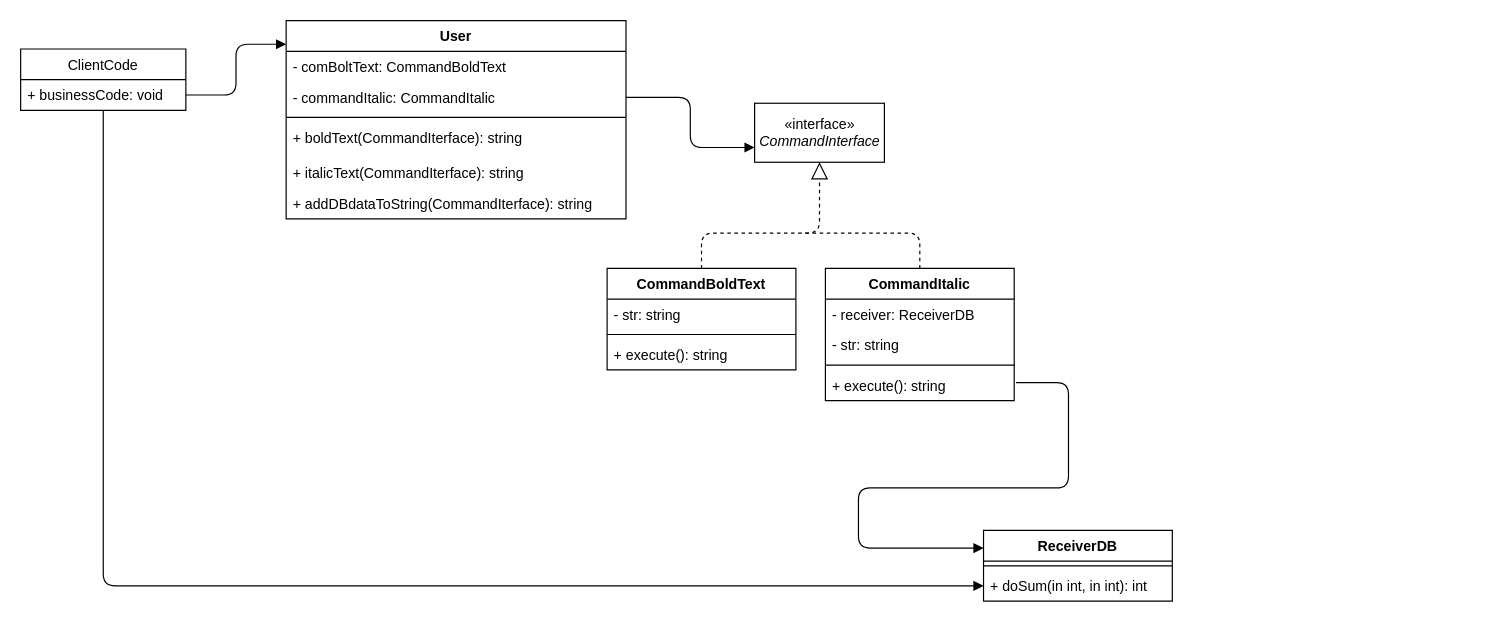
This is Behavior/Command/UML Command.drawio from devlubinets/todo, a draw.io file, before an edit. Source tidied: cells renumbered, new cells numbered last; positions are measured from the earlier drawing's top-left corner, leaving out a move shared by most shapes. Both pictures are drawn from the tidied source at 118%, with x=0, y=0 at pixel (20, 20).
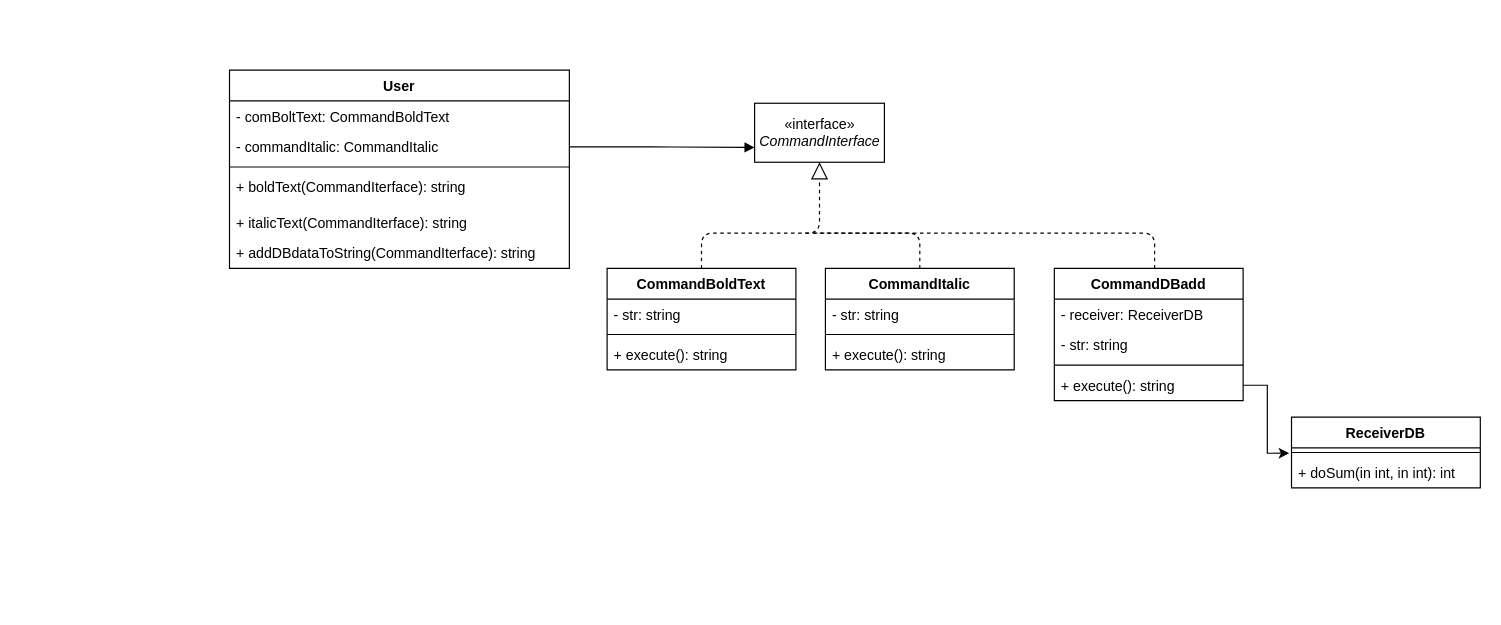
Above is the later version.

Commit message:
Обновил UML Command

Unchanged cells that the change refers to:
```xml
<mxCell id="17" value="- comBoltText: CommandBoldText" style="text;strokeColor=none;fillColor=none;align=left;verticalAlign=top;spacingLeft=4;spacingRight=4;overflow=hidden;points=[[0,0.5],[1,0.5]];portConstraint=eastwest;" parent="16" vertex="1">
  <mxGeometry y="26" width="288" height="26" as="geometry" />
</mxCell>
<mxCell id="25" value="+ doSum(in int, in int): int" style="text;strokeColor=none;fillColor=none;align=left;verticalAlign=top;spacingLeft=4;spacingRight=4;overflow=hidden;points=[[0,0.5],[1,0.5]];portConstraint=eastwest;" parent="23" vertex="1">
  <mxGeometry y="34" width="160" height="26" as="geometry" />
</mxCell>
```

Diff of the diagram source:
```diff
@@
-    <mxCell id="2" value="ClientCode" style="swimlane;fontStyle=0;horizontal=1;startSize=26;fillColor=none;" parent="1" vertex="1">
-      <mxGeometry y="24" width="140" height="52" as="geometry" />
-    </mxCell>
-    <mxCell id="3" value="+ businessCode: void" style="text;strokeColor=none;fillColor=none;align=left;verticalAlign=top;spacingLeft=4;spacingRight=4;overflow=hidden;points=[[0,0.5],[1,0.5]];portConstraint=eastwest;" parent="2" vertex="1">
-      <mxGeometry y="26" width="140" height="26" as="geometry" />
-    </mxCell>
@@
     <mxCell id="10" value="CommandItalic" style="swimlane;fontStyle=1;align=center;verticalAlign=top;horizontal=1;startSize=26;" parent="1" vertex="1">
-      <mxGeometry x="682" y="210" width="160" height="112" as="geometry" />
+      <mxGeometry x="682" y="210" width="160" height="86" as="geometry" />
     </mxCell>
-    <mxCell id="11" value="- receiver: ReceiverDB" style="text;strokeColor=none;fillColor=none;align=left;verticalAlign=top;spacingLeft=4;spacingRight=4;overflow=hidden;" parent="10" vertex="1">
-      <mxGeometry y="26" width="160" height="26" as="geometry" />
-    </mxCell>
     <mxCell id="12" value="- str: string" style="text;strokeColor=none;fillColor=none;align=left;verticalAlign=top;spacingLeft=4;spacingRight=4;overflow=hidden;" parent="10" vertex="1">
-      <mxGeometry y="52" width="160" height="26" as="geometry" />
+      <mxGeometry y="26" width="160" height="26" as="geometry" />
     </mxCell>
     <mxCell id="13" style="line;strokeWidth=1;fillColor=none;align=left;verticalAlign=middle;spacingTop=-1;spacingLeft=3;spacingRight=3;labelPosition=right;" parent="10" vertex="1">
-      <mxGeometry y="78" width="160" height="8" as="geometry" />
+      <mxGeometry y="52" width="160" height="8" as="geometry" />
     </mxCell>
     <mxCell id="14" value="+ execute(): string" style="text;strokeColor=none;fillColor=none;align=left;verticalAlign=top;spacingLeft=4;spacingRight=4;overflow=hidden;points=[[0,0.5],[1,0.5]];portConstraint=eastwest;" parent="10" vertex="1">
-      <mxGeometry y="86" width="160" height="26" as="geometry" />
+      <mxGeometry y="60" width="160" height="26" as="geometry" />
     </mxCell>
@@
     <mxCell id="16" value="User" style="swimlane;fontStyle=1;align=center;verticalAlign=top;horizontal=1;startSize=26;" parent="1" vertex="1">
-      <mxGeometry x="225" width="288" height="168" as="geometry" />
+      <mxGeometry x="177" y="42" width="288" height="168" as="geometry" />
     </mxCell>
@@
     <mxCell id="23" value="ReceiverDB" style="swimlane;fontStyle=1;align=center;verticalAlign=top;horizontal=1;startSize=26;" parent="1" vertex="1">
-      <mxGeometry x="816" y="432" width="160" height="60" as="geometry" />
+      <mxGeometry x="1077" y="336" width="160" height="60" as="geometry" />
     </mxCell>
@@
-    <mxCell id="26" style="endArrow=block;endFill=1;html=1;edgeStyle=orthogonalEdgeStyle;align=left;verticalAlign=top;entryX=0;entryY=0.25;entryDx=0;entryDy=0;exitX=1.01;exitY=0.416;exitDx=0;exitDy=0;exitPerimeter=0;" parent="1" edge="1" source="14" target="23">
-      <mxGeometry x="-1" relative="1" as="geometry">
-        <Array as="points">
-          <mxPoint x="888" y="307" />
-          <mxPoint x="888" y="396" />
-          <mxPoint x="710" y="396" />
-          <mxPoint x="710" y="447" />
-        </Array>
-      </mxGeometry>
-    </mxCell>
@@
-    <mxCell id="28" style="endArrow=block;endFill=1;html=1;edgeStyle=orthogonalEdgeStyle;align=left;verticalAlign=top;entryX=0;entryY=-0.231;entryDx=0;entryDy=0;entryPerimeter=0;" parent="1" edge="1" source="3" target="17">
-      <mxGeometry x="-0.56" y="-57" relative="1" as="geometry" />
-    </mxCell>
-    <mxCell id="29" style="endArrow=block;endFill=1;html=1;edgeStyle=orthogonalEdgeStyle;align=left;verticalAlign=top;exitX=0.5;exitY=1;exitDx=0;exitDy=0;entryX=0;entryY=0.5;entryDx=0;entryDy=0;" parent="1" edge="1" source="2" target="25">
-      <mxGeometry x="-1" relative="1" as="geometry" />
-    </mxCell>
+    <mxCell id="30" style="edgeStyle=orthogonalEdgeStyle;rounded=0;jettySize=auto;html=1;entryX=-0.012;entryY=-0.132;entryDx=0;entryDy=0;entryPerimeter=0;exitX=1;exitY=0.5;exitDx=0;exitDy=0;" parent="1" edge="1" source="34" target="25">
+      <mxGeometry relative="1" as="geometry" />
+    </mxCell>
+    <mxCell id="31" value="CommandDBadd&#10;" style="swimlane;fontStyle=1;align=center;verticalAlign=top;horizontal=1;startSize=26;" parent="1" vertex="1">
+      <mxGeometry x="876" y="210" width="160" height="112" as="geometry" />
+    </mxCell>
+    <mxCell id="11" value="- receiver: ReceiverDB" style="text;strokeColor=none;fillColor=none;align=left;verticalAlign=top;spacingLeft=4;spacingRight=4;overflow=hidden;" parent="31" vertex="1">
+      <mxGeometry y="26" width="160" height="26" as="geometry" />
+    </mxCell>
+    <mxCell id="32" value="- str: string" style="text;strokeColor=none;fillColor=none;align=left;verticalAlign=top;spacingLeft=4;spacingRight=4;overflow=hidden;" parent="31" vertex="1">
+      <mxGeometry y="52" width="160" height="26" as="geometry" />
+    </mxCell>
+    <mxCell id="33" style="line;strokeWidth=1;fillColor=none;align=left;verticalAlign=middle;spacingTop=-1;spacingLeft=3;spacingRight=3;labelPosition=right;" parent="31" vertex="1">
+      <mxGeometry y="78" width="160" height="8" as="geometry" />
+    </mxCell>
+    <mxCell id="34" value="+ execute(): string" style="text;strokeColor=none;fillColor=none;align=left;verticalAlign=top;spacingLeft=4;spacingRight=4;overflow=hidden;points=[[0,0.5],[1,0.5]];portConstraint=eastwest;" parent="31" vertex="1">
+      <mxGeometry y="86" width="160" height="26" as="geometry" />
+    </mxCell>
+    <mxCell id="35" style="endArrow=none;dashed=1;html=1;exitX=0.5;exitY=0;exitDx=0;exitDy=0;" parent="1" edge="1">
+      <mxGeometry relative="1" as="geometry">
+        <mxPoint x="961" y="210" as="sourcePoint" />
+        <mxPoint x="669" y="180" as="targetPoint" />
+        <Array as="points">
+          <mxPoint x="961" y="180" />
+        </Array>
+      </mxGeometry>
+    </mxCell>
```
